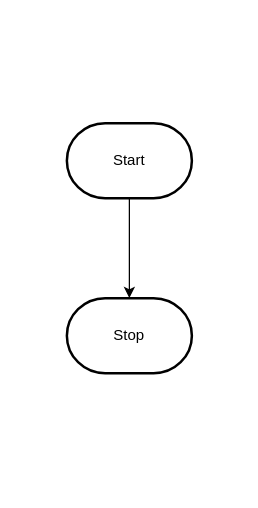
Above: design/flowchart.drawio in MTHS-ICD2O-1-2023/ICD2O-Unit-6-02-nathan-desilva (draw.io), before the change. Source tidied: cells renumbered, new cells numbered last; positions are measured from the earlier drawing's top-left corner, leaving out a move shared by most shapes. Both pictures are drawn from the tidied source at 125%, with x=0, y=0 at pixel (66, 122).
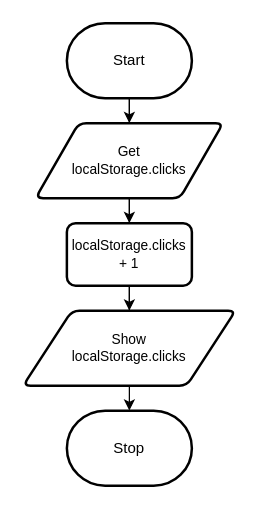
Above is the later version.

The edit, as a diff of the source:
```diff
@@
 <mxGraphModel>
   <root>
     <mxCell id="0" />
     <mxCell id="1" parent="0" />
-    <mxCell id="2" style="edgeStyle=orthogonalEdgeStyle;html=1;rounded=0;" parent="1" edge="1" source="3" target="4">
-      <mxGeometry relative="1" as="geometry" />
-    </mxCell>
+    <mxCell id="5" style="edgeStyle=orthogonalEdgeStyle;shape=connector;rounded=0;html=1;entryX=0.5;entryY=0;entryDx=0;entryDy=0;labelBackgroundColor=default;strokeColor=default;fontFamily=Helvetica;fontSize=11;fontColor=default;startArrow=none;endArrow=classic;entryPerimeter=0;" parent="1" edge="1" source="14" target="4">
+      <mxGeometry relative="1" as="geometry" />
+    </mxCell>
+    <mxCell id="6" style="edgeStyle=orthogonalEdgeStyle;shape=connector;rounded=0;html=1;entryX=0.5;entryY=0;entryDx=0;entryDy=0;labelBackgroundColor=default;strokeColor=default;fontFamily=Helvetica;fontSize=11;fontColor=default;startArrow=none;endArrow=classic;" parent="1" edge="1" source="3" target="9">
+      <mxGeometry relative="1" as="geometry" />
+    </mxCell>
     <mxCell id="3" value="Start" style="strokeWidth=2;html=1;shape=mxgraph.flowchart.terminator;whiteSpace=wrap;" parent="1" vertex="1">
-      <mxGeometry width="100" height="60" as="geometry" />
+      <mxGeometry y="-80" width="100" height="60" as="geometry" />
     </mxCell>
     <mxCell id="4" value="Stop" style="strokeWidth=2;html=1;shape=mxgraph.flowchart.terminator;whiteSpace=wrap;" parent="1" vertex="1">
-      <mxGeometry y="140" width="100" height="60" as="geometry" />
+      <mxGeometry y="230" width="100" height="60" as="geometry" />
     </mxCell>
+    <mxCell id="7" style="edgeStyle=orthogonalEdgeStyle;shape=connector;rounded=0;html=1;entryX=0.5;entryY=0;entryDx=0;entryDy=0;labelBackgroundColor=default;strokeColor=default;fontFamily=Helvetica;fontSize=11;fontColor=default;startArrow=none;endArrow=none;entryPerimeter=0;" parent="1" edge="1" source="3" target="9">
+      <mxGeometry relative="1" as="geometry" />
+    </mxCell>
+    <mxCell id="8" style="edgeStyle=orthogonalEdgeStyle;shape=connector;rounded=0;html=1;labelBackgroundColor=default;strokeColor=default;fontFamily=Helvetica;fontSize=11;fontColor=default;startArrow=none;endArrow=classic;" parent="1" edge="1" source="9" target="12">
+      <mxGeometry relative="1" as="geometry" />
+    </mxCell>
+    <mxCell id="9" value="Get&lt;br&gt;localStorage.clicks" style="shape=parallelogram;html=1;strokeWidth=2;perimeter=parallelogramPerimeter;whiteSpace=wrap;rounded=1;arcSize=12;size=0.23;fontFamily=Helvetica;fontSize=11;fontColor=default;" parent="1" vertex="1">
+      <mxGeometry x="-25" width="150" height="60" as="geometry" />
+    </mxCell>
+    <mxCell id="10" style="edgeStyle=orthogonalEdgeStyle;shape=connector;rounded=0;html=1;entryX=0.5;entryY=0;entryDx=0;entryDy=0;labelBackgroundColor=default;strokeColor=default;fontFamily=Helvetica;fontSize=11;fontColor=default;startArrow=none;endArrow=none;entryPerimeter=0;" parent="1" edge="1" source="9" target="12">
+      <mxGeometry relative="1" as="geometry" />
+    </mxCell>
+    <mxCell id="11" style="edgeStyle=orthogonalEdgeStyle;shape=connector;rounded=0;html=1;labelBackgroundColor=default;strokeColor=default;fontFamily=Helvetica;fontSize=11;fontColor=default;startArrow=none;endArrow=classic;" parent="1" edge="1" source="12" target="14">
+      <mxGeometry relative="1" as="geometry" />
+    </mxCell>
+    <mxCell id="12" value="localStorage.clicks + 1" style="rounded=1;whiteSpace=wrap;html=1;absoluteArcSize=1;arcSize=14;strokeWidth=2;fontFamily=Helvetica;fontSize=11;fontColor=default;" parent="1" vertex="1">
+      <mxGeometry y="80" width="100" height="50" as="geometry" />
+    </mxCell>
+    <mxCell id="13" style="edgeStyle=orthogonalEdgeStyle;shape=connector;rounded=0;html=1;entryX=0.5;entryY=0;entryDx=0;entryDy=0;labelBackgroundColor=default;strokeColor=default;fontFamily=Helvetica;fontSize=11;fontColor=default;startArrow=none;endArrow=none;entryPerimeter=0;" parent="1" edge="1" source="12" target="14">
+      <mxGeometry relative="1" as="geometry" />
+    </mxCell>
+    <mxCell id="14" value="Show&lt;br&gt;localStorage.clicks" style="shape=parallelogram;html=1;strokeWidth=2;perimeter=parallelogramPerimeter;whiteSpace=wrap;rounded=1;arcSize=12;size=0.23;fontFamily=Helvetica;fontSize=11;fontColor=default;" parent="1" vertex="1">
+      <mxGeometry x="-35" y="150" width="170" height="60" as="geometry" />
+    </mxCell>
   </root>
 </mxGraphModel>
```
